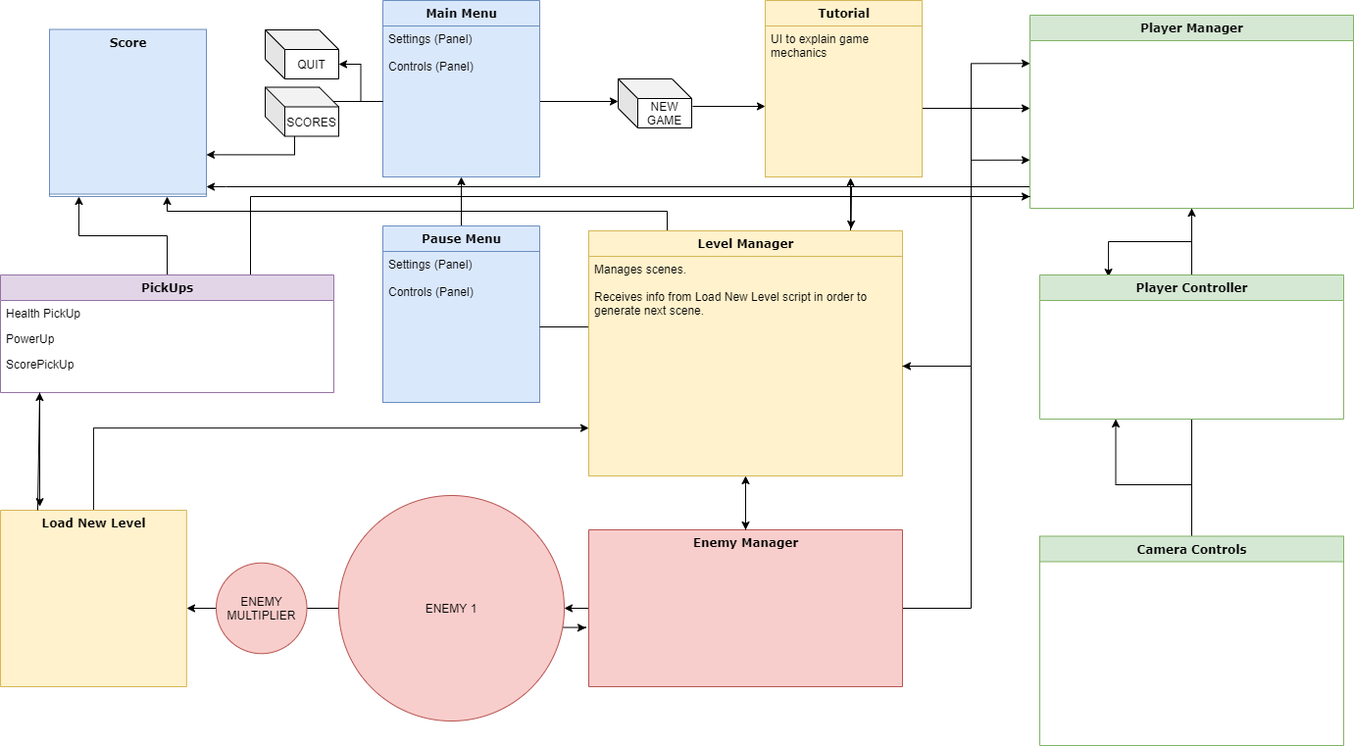
Before: Platformer System Diagram.png, a diagram exported from draw.io (AUniqueTim/3D_Platformer). Source tidied: cells renumbered, new cells last; positions are measured from the earlier drawing's top-left corner, leaving out a move shared by most shapes.
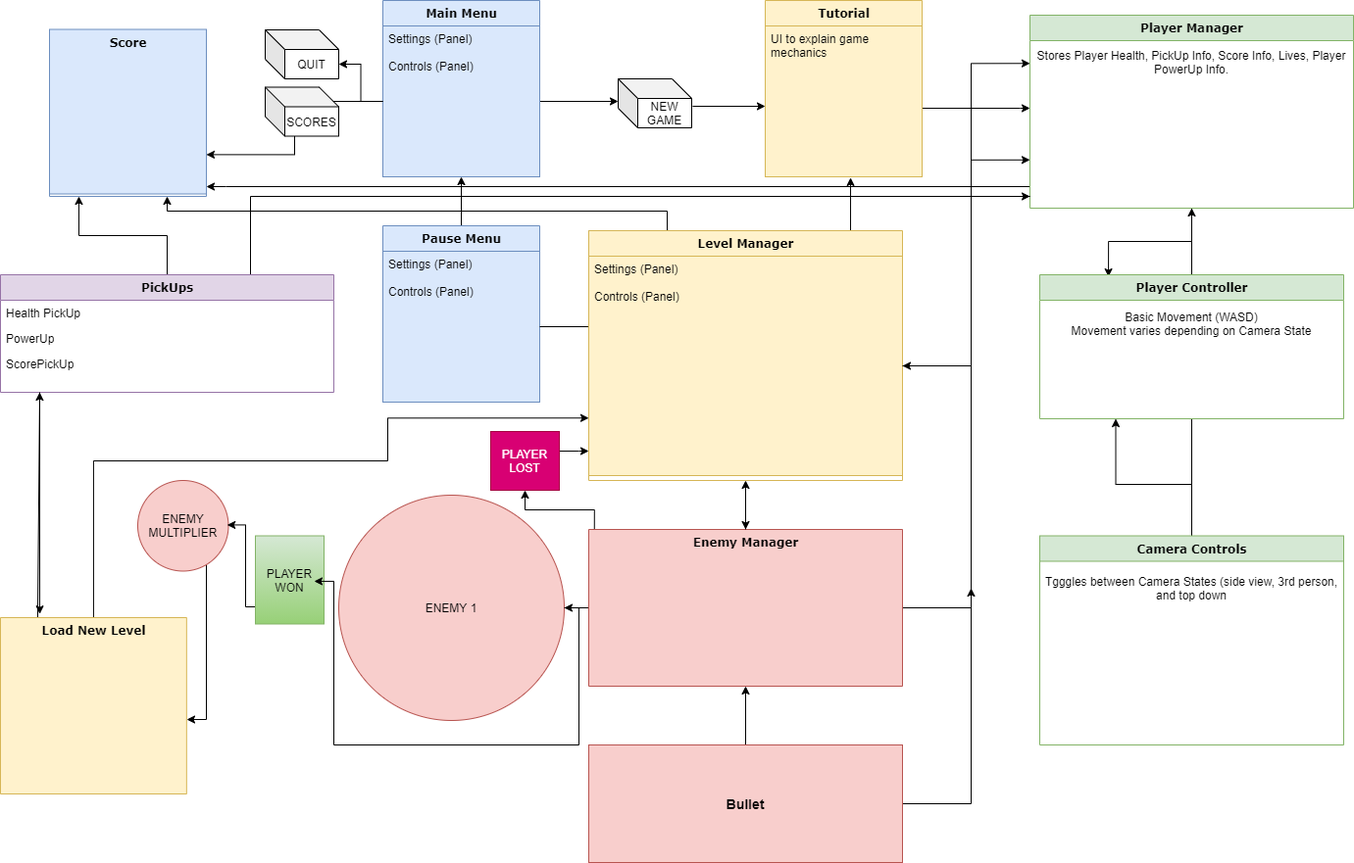
Above is the later version.

Change to the diagram source:
```diff
@@ -44,6 +44,9 @@
     <mxCell id="10" value="Player Manager" style="swimlane;html=1;fontStyle=1;align=center;verticalAlign=top;horizontal=1;startSize=26;swimlaneFillColor=#ffffff;rounded=0;shadow=0;comic=0;labelBackgroundColor=none;strokeWidth=1;fillColor=#d5e8d4;fontFamily=Verdana;fontSize=12;strokeColor=#82b366;" parent="1" vertex="1">
       <mxGeometry x="1050" y="15" width="330" height="197" as="geometry" />
     </mxCell>
+    <mxCell id="52" value="Stores Player Health, PickUp Info, Score Info, Lives, Player PowerUp Info." style="text;html=1;strokeColor=none;fillColor=none;align=center;verticalAlign=middle;whiteSpace=wrap;rounded=0;" parent="10" vertex="1">
+      <mxGeometry y="26" width="330" height="44" as="geometry" />
+    </mxCell>
     <mxCell id="11" style="edgeStyle=orthogonalEdgeStyle;rounded=0;jettySize=auto;html=1;entryX=0.5;entryY=1;entryDx=0;entryDy=0;" parent="1" edge="1" source="48" target="10">
       <mxGeometry relative="1" as="geometry" />
     </mxCell>
@@ -115,9 +118,9 @@
       </mxGeometry>
     </mxCell>
     <mxCell id="28" value="Level Manager" style="swimlane;html=1;fontStyle=1;align=center;verticalAlign=top;horizontal=1;startSize=26;swimlaneFillColor=#ffffff;rounded=0;shadow=0;comic=0;labelBackgroundColor=none;strokeWidth=1;fillColor=#fff2cc;fontFamily=Verdana;fontSize=12;strokeColor=#d6b656;" parent="1" vertex="1">
-      <mxGeometry x="600" y="235" width="320" height="250" as="geometry" />
+      <mxGeometry x="600" y="235" width="320" height="255" as="geometry" />
     </mxCell>
-    <mxCell id="29" value="Manages scenes.&lt;br&gt;&lt;br&gt;Receives info from Load New Level script in order to generate next scene.&lt;br&gt;&lt;br&gt;" style="text;html=1;strokeColor=#d6b656;fillColor=#fff2cc;align=left;verticalAlign=top;spacingLeft=4;spacingRight=4;whiteSpace=wrap;overflow=hidden;points=[[0,0.5],[1,0.5]];portConstraint=eastwest;" parent="28" vertex="1">
+    <mxCell id="29" value="Settings (Panel)&lt;br&gt;&lt;br&gt;Controls (Panel)&lt;br&gt;&lt;br&gt;" style="text;html=1;strokeColor=#d6b656;fillColor=#fff2cc;align=left;verticalAlign=top;spacingLeft=4;spacingRight=4;whiteSpace=wrap;overflow=hidden;points=[[0,0.5],[1,0.5]];portConstraint=eastwest;" parent="28" vertex="1">
       <mxGeometry y="26" width="320" height="224" as="geometry" />
     </mxCell>
     <mxCell id="30" style="edgeStyle=orthogonalEdgeStyle;rounded=0;jettySize=auto;html=1;" parent="1" edge="1" source="32" target="34">
@@ -134,24 +137,28 @@
     <mxCell id="32" value="Enemy Manager" style="swimlane;html=1;fontStyle=1;align=center;verticalAlign=top;horizontal=1;startSize=160;swimlaneFillColor=#ffffff;rounded=0;shadow=0;comic=0;labelBackgroundColor=none;strokeWidth=1;fillColor=#f8cecc;fontFamily=Verdana;fontSize=12;strokeColor=#b85450;" parent="1" vertex="1">
       <mxGeometry x="600" y="540" width="320" height="160" as="geometry" />
     </mxCell>
-    <mxCell id="33" style="edgeStyle=orthogonalEdgeStyle;rounded=0;jettySize=auto;html=1;" parent="1" edge="1" source="34">
+    <mxCell id="33" style="edgeStyle=orthogonalEdgeStyle;rounded=0;jettySize=auto;html=1;entryX=1.001;entryY=0.578;entryDx=0;entryDy=0;entryPerimeter=0;" parent="1" edge="1" source="43" target="36">
       <mxGeometry relative="1" as="geometry">
-        <mxPoint x="190" y="620" as="targetPoint" />
+        <Array as="points">
+          <mxPoint x="210" y="734" />
+        </Array>
       </mxGeometry>
     </mxCell>
+    <mxCell id="53" style="edgeStyle=orthogonalEdgeStyle;rounded=0;jettySize=auto;html=1;exitX=0.018;exitY=-0.003;exitDx=0;exitDy=0;entryX=0.5;entryY=1;entryDx=0;entryDy=0;exitPerimeter=0;" parent="1" edge="1" source="32" target="64">
+      <mxGeometry relative="1" as="geometry" />
+    </mxCell>
     <mxCell id="34" value="ENEMY 1" style="ellipse;whiteSpace=wrap;html=1;fillColor=#f8cecc;strokeColor=#b85450;" parent="1" vertex="1">
       <mxGeometry x="345" y="505" width="230" height="230" as="geometry" />
     </mxCell>
-    <mxCell id="35" style="edgeStyle=orthogonalEdgeStyle;rounded=0;jettySize=auto;html=1;entryX=0;entryY=0.782;entryDx=0;entryDy=0;entryPerimeter=0;" parent="1" edge="1" source="36" target="29">
+    <mxCell id="35" style="edgeStyle=orthogonalEdgeStyle;rounded=0;jettySize=auto;html=1;entryX=0;entryY=0.75;entryDx=0;entryDy=0;" parent="1" edge="1" source="36" target="28">
       <mxGeometry relative="1" as="geometry">
         <Array as="points">
-          <mxPoint x="95" y="436" />
+          <mxPoint x="95" y="470" />
+          <mxPoint x="395" y="470" />
+          <mxPoint x="395" y="426" />
         </Array>
       </mxGeometry>
     </mxCell>
-    <mxCell id="36" value="Load New Level" style="swimlane;html=1;fontStyle=1;align=center;verticalAlign=top;horizontal=1;startSize=180;swimlaneFillColor=#ffffff;rounded=0;shadow=0;comic=0;labelBackgroundColor=none;strokeWidth=1;fillColor=#fff2cc;fontFamily=Verdana;fontSize=12;strokeColor=#d6b656;" parent="1" vertex="1">
-      <mxGeometry y="520" width="189.8" height="180" as="geometry" />
-    </mxCell>
     <mxCell id="37" style="endArrow=classic;html=1;exitX=0.5;exitY=0;exitDx=0;exitDy=0;entryX=0.5;entryY=1;entryDx=0;entryDy=0;" parent="1" edge="1" source="32" target="28">
       <mxGeometry relative="1" as="geometry" />
     </mxCell>
@@ -176,9 +183,6 @@
     <mxCell id="42" value="ScorePickUp&lt;br&gt;" style="text;html=1;strokeColor=none;fillColor=none;align=left;verticalAlign=top;spacingLeft=4;spacingRight=4;whiteSpace=wrap;overflow=hidden;" parent="39" vertex="1">
       <mxGeometry y="78" width="340" height="26" as="geometry" />
     </mxCell>
-    <mxCell id="43" value="ENEMY&lt;br&gt;MULTIPLIER" style="ellipse;whiteSpace=wrap;html=1;fillColor=#f8cecc;strokeColor=#b85450;" parent="1" vertex="1">
-      <mxGeometry x="220" y="573.8" width="92.5" height="92.5" as="geometry" />
-    </mxCell>
     <mxCell id="44" style="endArrow=classic;html=1;entryX=0.211;entryY=-0.021;entryDx=0;entryDy=0;entryPerimeter=0;" parent="1" edge="1" target="36">
       <mxGeometry relative="1" as="geometry">
         <mxPoint x="40" y="400" as="sourcePoint" />
@@ -205,18 +209,65 @@
     <mxCell id="48" value="Player Controller" style="swimlane;html=1;fontStyle=1;align=center;verticalAlign=top;horizontal=1;startSize=26;swimlaneFillColor=#ffffff;rounded=0;shadow=0;comic=0;labelBackgroundColor=none;strokeWidth=1;fillColor=#d5e8d4;fontFamily=Verdana;fontSize=12;strokeColor=#82b366;" parent="1" vertex="1">
       <mxGeometry x="1060" y="280" width="310" height="147" as="geometry" />
     </mxCell>
+    <mxCell id="54" value="&lt;br&gt;&lt;br&gt;Basic Movement (WASD)&lt;br&gt;Movement varies depending on Camera State" style="text;html=1;strokeColor=none;fillColor=none;align=center;verticalAlign=middle;whiteSpace=wrap;rounded=0;" parent="48" vertex="1">
+      <mxGeometry y="26" width="310" height="20" as="geometry" />
+    </mxCell>
     <mxCell id="49" value="Camera Controls&lt;br&gt;" style="swimlane;html=1;fontStyle=1;align=center;verticalAlign=top;horizontal=1;startSize=26;swimlaneFillColor=#ffffff;rounded=0;shadow=0;comic=0;labelBackgroundColor=none;strokeWidth=1;fillColor=#d5e8d4;fontFamily=Verdana;fontSize=12;strokeColor=#82b366;" parent="1" vertex="1">
       <mxGeometry x="1060" y="546.5" width="310" height="213.5" as="geometry" />
     </mxCell>
-    <mxCell id="50" style="endArrow=classic;html=1;entryX=0.836;entryY=-0.008;entryDx=0;entryDy=0;entryPerimeter=0;" parent="1" edge="1" target="28">
-      <mxGeometry relative="1" as="geometry">
-        <mxPoint x="868" y="190" as="sourcePoint" />
-      </mxGeometry>
-    </mxCell>
-    <mxCell id="51" style="edgeStyle=orthogonalEdgeStyle;rounded=0;jettySize=auto;html=1;exitX=0.996;exitY=0.585;exitDx=0;exitDy=0;exitPerimeter=0;" parent="1" edge="1" source="34">
-      <mxGeometry relative="1" as="geometry">
-        <mxPoint x="597" y="640" as="targetPoint" />
-      </mxGeometry>
-    </mxCell>
+    <mxCell id="55" value="Tgggles between Camera States (side view, 3rd person, and top down" style="text;html=1;strokeColor=none;fillColor=none;align=center;verticalAlign=middle;whiteSpace=wrap;rounded=0;" parent="49" vertex="1">
+      <mxGeometry y="26" width="310" height="54" as="geometry" />
+    </mxCell>
+    <mxCell id="56" style="edgeStyle=orthogonalEdgeStyle;rounded=0;jettySize=auto;html=1;entryX=0.5;entryY=1;entryDx=0;entryDy=0;" parent="1" edge="1" source="58" target="32">
+      <mxGeometry relative="1" as="geometry" />
+    </mxCell>
+    <mxCell id="57" style="edgeStyle=orthogonalEdgeStyle;rounded=0;jettySize=auto;html=1;" parent="1" edge="1" source="58">
+      <mxGeometry relative="1" as="geometry">
+        <mxPoint x="990" y="600" as="targetPoint" />
+      </mxGeometry>
+    </mxCell>
+    <mxCell id="58" value="&lt;b&gt;&lt;font style=&quot;font-size: 14px&quot;&gt;Bullet&lt;/font&gt;&lt;/b&gt;" style="rounded=0;whiteSpace=wrap;html=1;fillColor=#f8cecc;strokeColor=#b85450;" parent="1" vertex="1">
+      <mxGeometry x="600" y="760" width="320" height="120" as="geometry" />
+    </mxCell>
+    <mxCell id="43" value="ENEMY&lt;br&gt;MULTIPLIER" style="ellipse;whiteSpace=wrap;html=1;fillColor=#f8cecc;strokeColor=#b85450;" parent="1" vertex="1">
+      <mxGeometry x="140" y="490" width="92.5" height="92.5" as="geometry" />
+    </mxCell>
+    <mxCell id="59" style="edgeStyle=orthogonalEdgeStyle;rounded=0;jettySize=auto;html=1;entryX=0.986;entryY=0.491;entryDx=0;entryDy=0;entryPerimeter=0;" parent="1" edge="1" source="60" target="43">
+      <mxGeometry relative="1" as="geometry">
+        <Array as="points">
+          <mxPoint x="250" y="619" />
+        </Array>
+      </mxGeometry>
+    </mxCell>
+    <mxCell id="60" style="rounded=0;whiteSpace=wrap;html=1;gradientColor=#97d077;fillColor=#d5e8d4;strokeColor=#82b366;" parent="1" vertex="1">
+      <mxGeometry x="260" y="546.5" width="70" height="90" as="geometry" />
+    </mxCell>
+    <mxCell id="61" style="edgeStyle=orthogonalEdgeStyle;rounded=0;jettySize=auto;html=1;entryX=0.857;entryY=0.524;entryDx=0;entryDy=0;entryPerimeter=0;" parent="1" edge="1" source="34" target="62">
+      <mxGeometry relative="1" as="geometry">
+        <Array as="points">
+          <mxPoint x="590" y="620" />
+          <mxPoint x="590" y="760" />
+          <mxPoint x="340" y="760" />
+          <mxPoint x="340" y="593" />
+        </Array>
+      </mxGeometry>
+    </mxCell>
+    <mxCell id="62" value="PLAYER&lt;br&gt;WON" style="text;html=1;strokeColor=none;fillColor=none;align=center;verticalAlign=middle;whiteSpace=wrap;rounded=0;" parent="1" vertex="1">
+      <mxGeometry x="260" y="561.5" width="70" height="60" as="geometry" />
+    </mxCell>
+    <mxCell id="63" style="edgeStyle=orthogonalEdgeStyle;rounded=0;jettySize=auto;html=1;" parent="1" edge="1" source="64">
+      <mxGeometry relative="1" as="geometry">
+        <mxPoint x="600" y="460" as="targetPoint" />
+        <Array as="points">
+          <mxPoint x="590" y="460" />
+        </Array>
+      </mxGeometry>
+    </mxCell>
+    <mxCell id="64" value="PLAYER&lt;br&gt;LOST" style="text;html=1;strokeColor=#A50040;fillColor=#d80073;align=center;verticalAlign=middle;whiteSpace=wrap;rounded=0;fontColor=#ffffff;" parent="1" vertex="1">
+      <mxGeometry x="500" y="440" width="70" height="60" as="geometry" />
+    </mxCell>
+    <mxCell id="36" value="Load New Level" style="swimlane;html=1;fontStyle=1;align=center;verticalAlign=top;horizontal=1;startSize=180;swimlaneFillColor=#ffffff;rounded=0;shadow=0;comic=0;labelBackgroundColor=none;strokeWidth=1;fillColor=#fff2cc;fontFamily=Verdana;fontSize=12;strokeColor=#d6b656;" parent="1" vertex="1">
+      <mxGeometry y="630" width="189.8" height="180" as="geometry" />
+    </mxCell>
   </root>
 </mxGraphModel>
```
